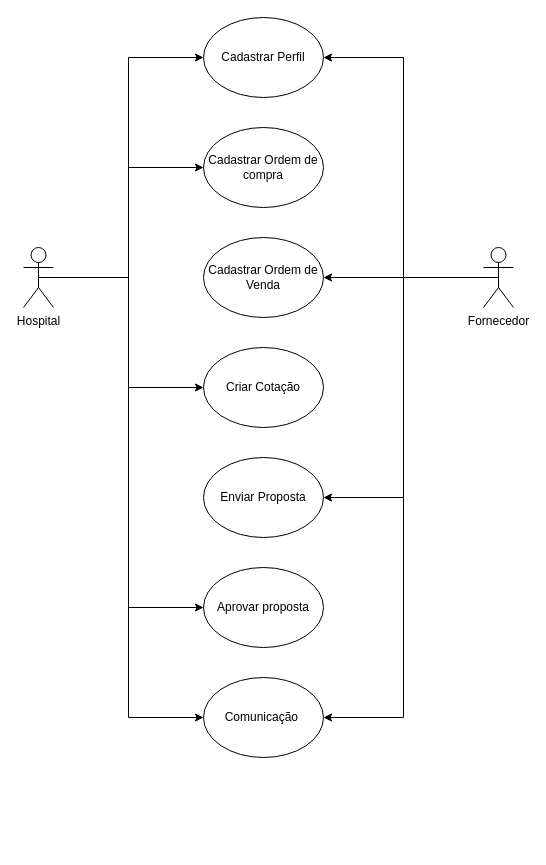
Above: Diagrama sem nome.drawio in devtnascimento/modelagem (draw.io), before the change. Source tidied: cells renumbered, new cells numbered last; positions are measured from the earlier drawing's top-left corner, leaving out a move shared by most shapes. Both pictures are drawn from the tidied source at 100%, with x=0, y=0 at pixel (23, 17).
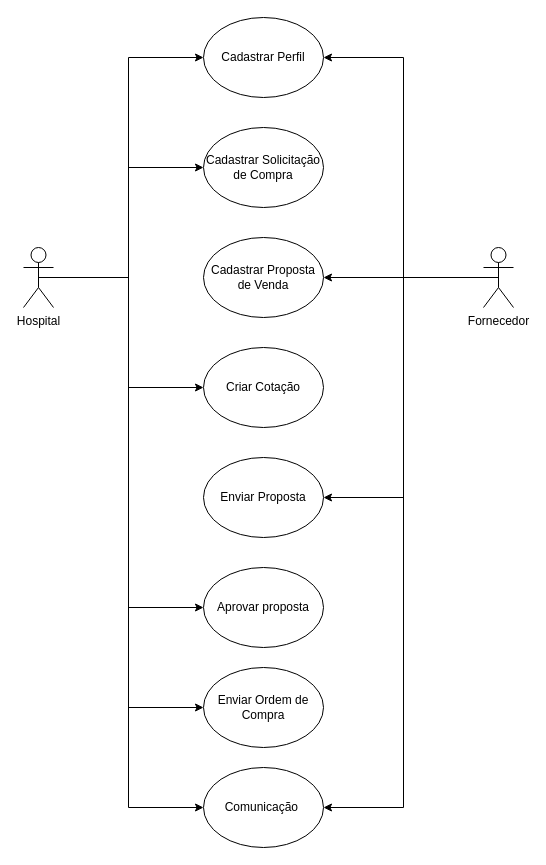
The same diagram, later.

Unchanged cells that the change refers to:
```xml
<mxCell id="10" value="Hospital" style="shape=umlActor;verticalLabelPosition=bottom;verticalAlign=top;html=1;outlineConnect=0;" parent="1" vertex="1">
  <mxGeometry y="230" width="30" height="60" as="geometry" />
</mxCell>
```

Change to the diagram source:
```diff
@@
-    <mxCell id="2" value="Cadastrar Ordem de compra" style="ellipse;whiteSpace=wrap;html=1;" parent="1" vertex="1">
+    <mxCell id="2" value="Cadastrar Solicitação de Compra" style="ellipse;whiteSpace=wrap;html=1;" parent="1" vertex="1">
       <mxGeometry x="180" y="110" width="120" height="80" as="geometry" />
     </mxCell>
@@
-    <mxCell id="4" value="Cadastrar Ordem de Venda" style="ellipse;whiteSpace=wrap;html=1;" parent="1" vertex="1">
+    <mxCell id="4" value="Cadastrar Proposta de Venda" style="ellipse;whiteSpace=wrap;html=1;" parent="1" vertex="1">
       <mxGeometry x="180" y="220" width="120" height="80" as="geometry" />
     </mxCell>
@@
+    <mxCell id="20" style="edgeStyle=orthogonalEdgeStyle;rounded=0;jettySize=auto;html=1;exitX=0.5;exitY=0.5;exitDx=0;exitDy=0;exitPerimeter=0;entryX=0;entryY=0.5;entryDx=0;entryDy=0;" parent="1" edge="1" source="10" target="21">
+      <mxGeometry relative="1" as="geometry" />
+    </mxCell>
@@
     <mxCell id="16" value="Comunicação&amp;nbsp;" style="ellipse;whiteSpace=wrap;html=1;" parent="1" vertex="1">
-      <mxGeometry x="180" y="660" width="120" height="80" as="geometry" />
+      <mxGeometry x="180" y="750" width="120" height="80" as="geometry" />
     </mxCell>
@@
+    <mxCell id="21" value="Enviar Ordem de Compra" style="ellipse;whiteSpace=wrap;html=1;" parent="1" vertex="1">
+      <mxGeometry x="180" y="650" width="120" height="80" as="geometry" />
+    </mxCell>
```
